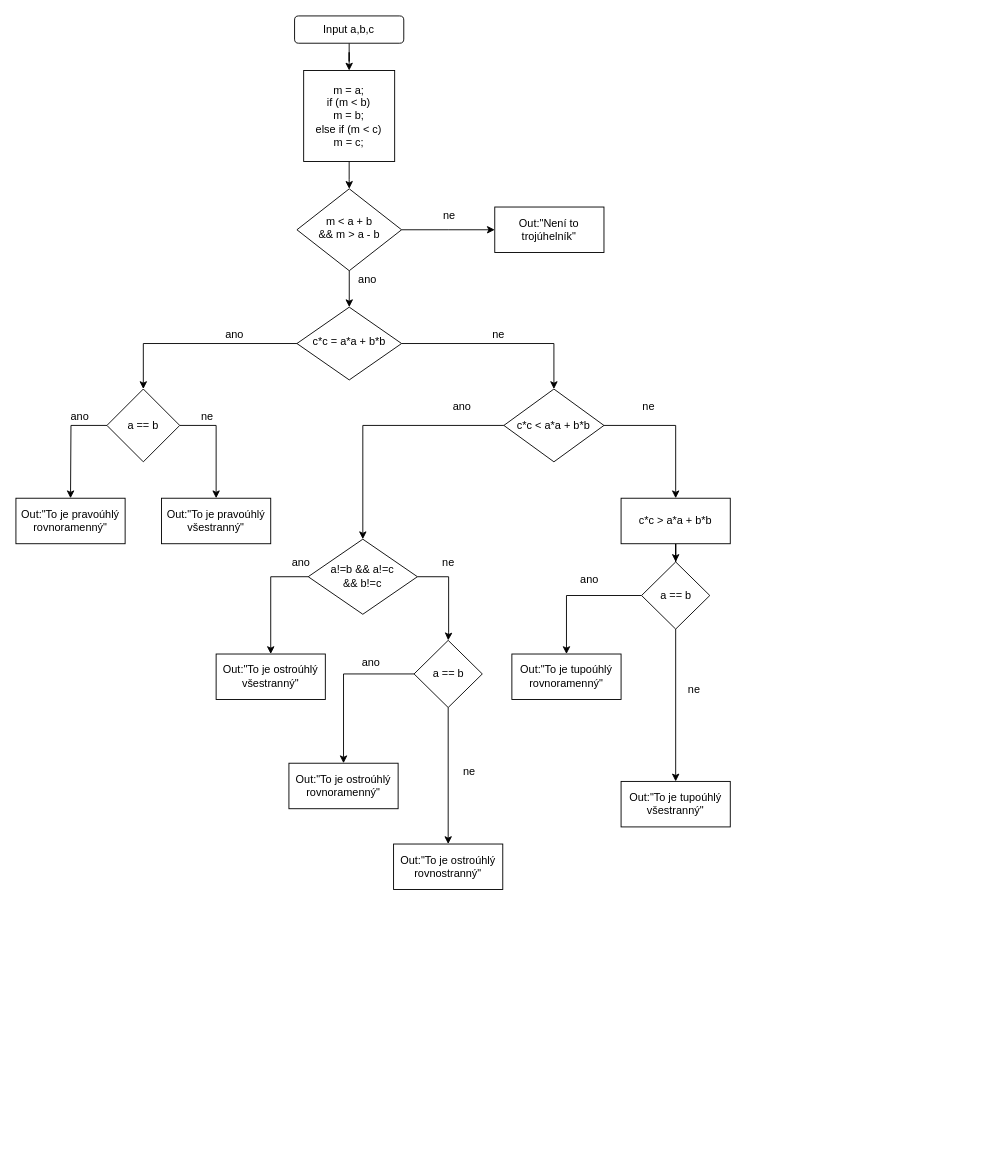
This is Untitled Diagram.drawio from NikitaEfimovTul/ne_du3, a draw.io file, before an edit. Source tidied: cells renumbered, new cells numbered last; positions are measured from the earlier drawing's top-left corner, leaving out a move shared by most shapes. Both pictures are drawn from the tidied source at 91%, with x=0, y=0 at pixel (15, 15).
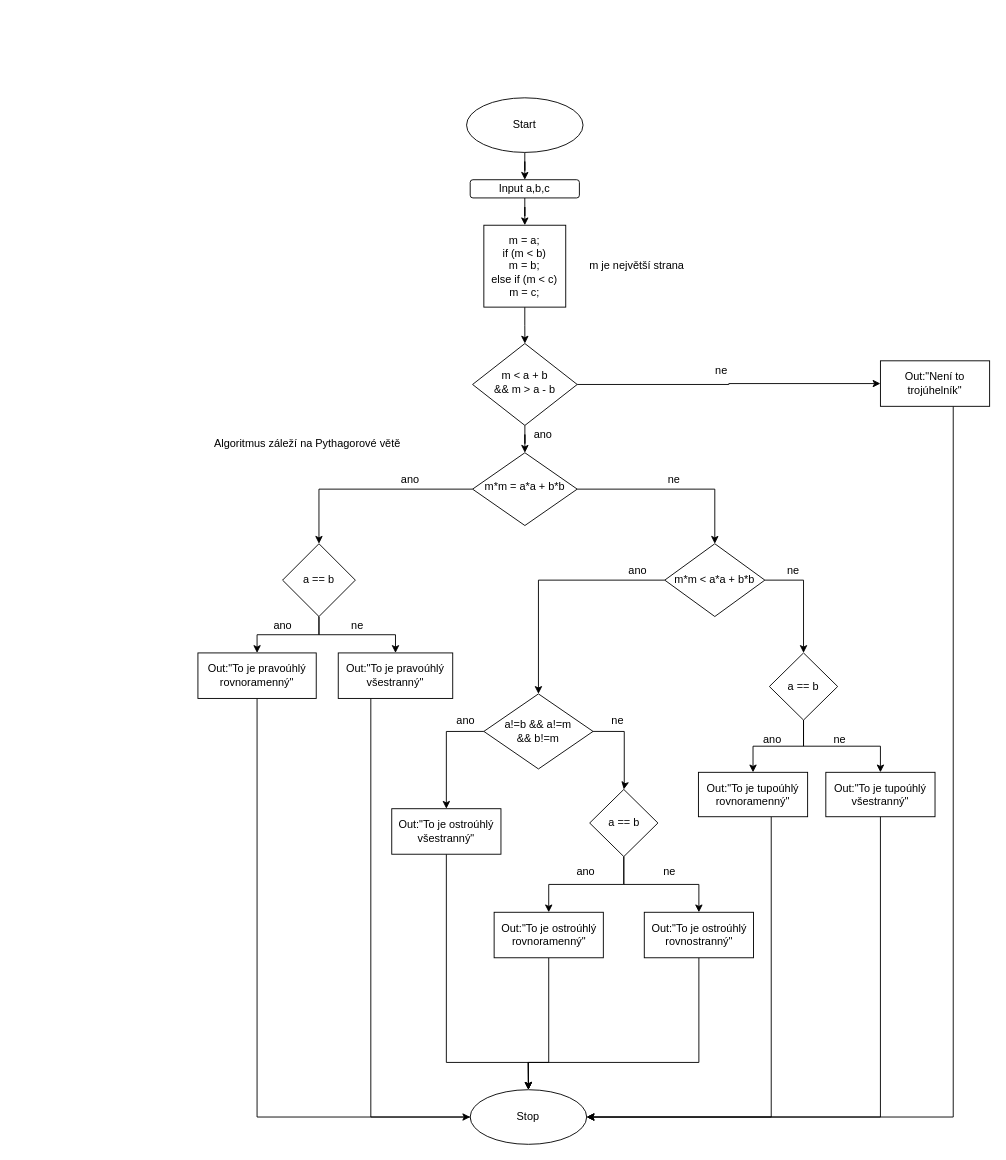
Above is the later version.

Diff of the diagram source:
```diff
@@
-<mxGraphModel>
+<mxGraphModel background="#FFFFFF">
@@
     <mxCell id="3" value="Input a,b,c" style="rounded=1;whiteSpace=wrap;html=1;fontSize=12;glass=0;strokeWidth=1;shadow=0;" parent="1" vertex="1">
-      <mxGeometry x="306.2" width="120" height="30" as="geometry" />
+      <mxGeometry x="499.2" y="180" width="120" height="20" as="geometry" />
     </mxCell>
-    <mxCell id="4" style="edgeStyle=orthogonalEdgeStyle;rounded=0;jettySize=auto;html=1;entryX=0;entryY=0.5;entryDx=0;entryDy=0;" parent="1" edge="1" source="6">
-      <mxGeometry relative="1" as="geometry">
-        <mxPoint x="526.2" y="235" as="targetPoint" />
-      </mxGeometry>
-    </mxCell>
@@
+    <mxCell id="51" style="edgeStyle=orthogonalEdgeStyle;rounded=0;jettySize=auto;html=1;entryX=0;entryY=0.5;entryDx=0;entryDy=0;" parent="1" edge="1" source="6" target="25">
+      <mxGeometry relative="1" as="geometry" />
+    </mxCell>
     <mxCell id="6" value="&lt;div&gt;m &amp;lt; a + b &lt;br&gt;&lt;/div&gt;&lt;div&gt;&amp;amp;&amp;amp; m &amp;gt; a - b&lt;/div&gt;" style="rhombus;whiteSpace=wrap;html=1;shadow=0;fontFamily=Helvetica;fontSize=12;align=center;strokeWidth=1;spacing=6;spacingTop=-4;" parent="1" vertex="1">
-      <mxGeometry x="308.8" y="190" width="115" height="90" as="geometry" />
+      <mxGeometry x="501.8" y="360" width="115" height="90" as="geometry" />
     </mxCell>
@@
     <mxCell id="8" value="&lt;div&gt;m = a;&lt;/div&gt;&lt;div&gt;if (m &amp;lt; b)&lt;/div&gt;&lt;div&gt; m = b;&lt;/div&gt;&lt;div&gt;else if (m &amp;lt; c)&lt;/div&gt;&lt;div&gt;m = c;&lt;br&gt;&lt;/div&gt;" style="whiteSpace=wrap;html=1;" parent="1" vertex="1">
-      <mxGeometry x="316.2" y="60" width="100" height="100" as="geometry" />
+      <mxGeometry x="514.2" y="230" width="90" height="90" as="geometry" />
     </mxCell>
     <mxCell id="9" value="ne" style="text;html=1;align=center;verticalAlign=middle;" parent="1" vertex="1">
-      <mxGeometry x="461.2" y="210" width="30" height="20" as="geometry" />
+      <mxGeometry x="760" y="380" width="30" height="20" as="geometry" />
     </mxCell>
@@
-    <mxCell id="12" value="c*c = a*a + b*b " style="rhombus;whiteSpace=wrap;html=1;shadow=0;fontFamily=Helvetica;fontSize=12;align=center;strokeWidth=1;spacing=6;spacingTop=-4;" parent="1" vertex="1">
-      <mxGeometry x="308.8" y="320" width="115" height="80" as="geometry" />
+    <mxCell id="12" value="m*m = a*a + b*b " style="rhombus;whiteSpace=wrap;html=1;shadow=0;fontFamily=Helvetica;fontSize=12;align=center;strokeWidth=1;spacing=6;spacingTop=-4;" parent="1" vertex="1">
+      <mxGeometry x="501.8" y="480" width="115" height="80" as="geometry" />
     </mxCell>
-    <mxCell id="13" style="edgeStyle=orthogonalEdgeStyle;rounded=0;jettySize=auto;html=1;exitX=0;exitY=0.5;exitDx=0;exitDy=0;entryX=0.5;entryY=0;entryDx=0;entryDy=0;" parent="1" edge="1" source="15">
-      <mxGeometry relative="1" as="geometry">
-        <mxPoint x="60" y="530" as="targetPoint" />
-      </mxGeometry>
-    </mxCell>
-    <mxCell id="14" style="edgeStyle=orthogonalEdgeStyle;rounded=0;jettySize=auto;html=1;exitX=1;exitY=0.5;exitDx=0;exitDy=0;" parent="1" edge="1" source="15" target="29">
+    <mxCell id="14" style="edgeStyle=orthogonalEdgeStyle;rounded=0;jettySize=auto;html=1;entryX=0.5;entryY=0;entryDx=0;entryDy=0;" parent="1" edge="1" source="15" target="29">
       <mxGeometry relative="1" as="geometry" />
     </mxCell>
+    <mxCell id="52" style="edgeStyle=orthogonalEdgeStyle;rounded=0;jettySize=auto;html=1;entryX=0.5;entryY=0;entryDx=0;entryDy=0;" parent="1" edge="1" source="15" target="28">
+      <mxGeometry relative="1" as="geometry" />
+    </mxCell>
     <mxCell id="15" value="a == b" style="rhombus;whiteSpace=wrap;html=1;" parent="1" vertex="1">
-      <mxGeometry x="100" y="410" width="80" height="80" as="geometry" />
+      <mxGeometry x="293" y="580" width="80" height="80" as="geometry" />
     </mxCell>
-    <mxCell id="16" style="edgeStyle=orthogonalEdgeStyle;rounded=0;jettySize=auto;html=1;" parent="1" edge="1" source="18" target="27">
-      <mxGeometry relative="1" as="geometry" />
-    </mxCell>
@@
+    <mxCell id="53" style="edgeStyle=orthogonalEdgeStyle;rounded=0;jettySize=auto;html=1;entryX=0.5;entryY=0;entryDx=0;entryDy=0;" parent="1" edge="1" source="18" target="46">
+      <mxGeometry relative="1" as="geometry" />
+    </mxCell>
-    <mxCell id="18" value="c*c &amp;lt; a*a + b*b" style="rhombus;whiteSpace=wrap;html=1;" parent="1" vertex="1">
-      <mxGeometry x="536.2" y="410" width="110" height="80" as="geometry" />
+    <mxCell id="18" value="m*m &amp;lt; a*a + b*b" style="rhombus;whiteSpace=wrap;html=1;" parent="1" vertex="1">
+      <mxGeometry x="713" y="580" width="110" height="80" as="geometry" />
     </mxCell>
@@
     <mxCell id="20" style="edgeStyle=orthogonalEdgeStyle;rounded=0;jettySize=auto;html=1;exitX=1;exitY=0.5;exitDx=0;exitDy=0;entryX=0.5;entryY=0;entryDx=0;entryDy=0;" parent="1" edge="1" source="21" target="24">
       <mxGeometry relative="1" as="geometry">
         <Array as="points">
-          <mxPoint x="475.5" y="616.2" />
-          <mxPoint x="475.5" y="677.2" />
+          <mxPoint x="668.5" y="786.2" />
+          <mxPoint x="668.5" y="847.2" />
         </Array>
       </mxGeometry>
     </mxCell>
-    <mxCell id="21" value="&lt;div&gt;a!=b &amp;amp;&amp;amp; a!=c&lt;/div&gt;&lt;div&gt;&amp;amp;&amp;amp; b!=c&lt;br&gt; &lt;/div&gt;" style="rhombus;whiteSpace=wrap;html=1;" parent="1" vertex="1">
-      <mxGeometry x="321.2" y="575" width="120" height="82.5" as="geometry" />
+    <mxCell id="21" value="&lt;div&gt;a!=b &amp;amp;&amp;amp; a!=m&lt;/div&gt;&lt;div&gt;&amp;amp;&amp;amp; b!=m&lt;br&gt; &lt;/div&gt;" style="rhombus;whiteSpace=wrap;html=1;" parent="1" vertex="1">
+      <mxGeometry x="514.2" y="745" width="120" height="82.5" as="geometry" />
     </mxCell>
+    <mxCell id="23" style="edgeStyle=orthogonalEdgeStyle;rounded=0;jettySize=auto;html=1;" parent="1" edge="1" source="24" target="38">
+      <mxGeometry relative="1" as="geometry" />
+    </mxCell>
@@
-    <mxCell id="23" style="edgeStyle=orthogonalEdgeStyle;rounded=0;jettySize=auto;html=1;" parent="1" edge="1" source="24" target="38">
-      <mxGeometry relative="1" as="geometry" />
-    </mxCell>
     <mxCell id="24" value="a == b" style="rhombus;whiteSpace=wrap;html=1;" parent="1" vertex="1">
-      <mxGeometry x="437.5" y="686.2" width="75" height="73.8" as="geometry" />
+      <mxGeometry x="630.5" y="850" width="75" height="73.8" as="geometry" />
     </mxCell>
+    <mxCell id="54" style="edgeStyle=orthogonalEdgeStyle;rounded=0;jettySize=auto;html=1;entryX=1;entryY=0.5;entryDx=0;entryDy=0;" parent="1" edge="1" source="25" target="66">
+      <mxGeometry relative="1" as="geometry">
+        <Array as="points">
+          <mxPoint x="1030" y="1210" />
+        </Array>
+      </mxGeometry>
+    </mxCell>
     <mxCell id="25" value="Out:&quot;Není to trojúhelník&quot;" style="rounded=0;whiteSpace=wrap;html=1;" parent="1" vertex="1">
-      <mxGeometry x="526.2" y="210" width="120" height="50" as="geometry" />
+      <mxGeometry x="950" y="379" width="120" height="50" as="geometry" />
     </mxCell>
-    <mxCell id="26" style="edgeStyle=orthogonalEdgeStyle;rounded=0;jettySize=auto;html=1;entryX=0.5;entryY=0;entryDx=0;entryDy=0;" parent="1" edge="1" source="27" target="46">
-      <mxGeometry relative="1" as="geometry" />
-    </mxCell>
-    <mxCell id="27" value="c*c &amp;gt; a*a + b*b" style="rounded=0;whiteSpace=wrap;html=1;" parent="1" vertex="1">
-      <mxGeometry x="665" y="530" width="120" height="50" as="geometry" />
-    </mxCell>
+    <mxCell id="55" style="edgeStyle=orthogonalEdgeStyle;rounded=0;jettySize=auto;html=1;entryX=-0.004;entryY=0.546;entryDx=0;entryDy=0;entryPerimeter=0;" parent="1" edge="1" source="28" target="66">
+      <mxGeometry relative="1" as="geometry">
+        <Array as="points">
+          <mxPoint x="265" y="1210" />
+          <mxPoint x="500" y="1210" />
+          <mxPoint x="500" y="1213" />
+        </Array>
+      </mxGeometry>
+    </mxCell>
     <mxCell id="28" value="&lt;div&gt;Out:&quot;To je pravoúhlý&lt;/div&gt;&lt;div&gt;rovnoramenný&quot;&lt;/div&gt;" style="rounded=0;whiteSpace=wrap;html=1;" parent="1" vertex="1">
-      <mxGeometry y="530" width="120" height="50" as="geometry" />
+      <mxGeometry x="200" y="700" width="130" height="50" as="geometry" />
     </mxCell>
+    <mxCell id="56" style="edgeStyle=orthogonalEdgeStyle;rounded=0;jettySize=auto;html=1;" parent="1" edge="1" source="29" target="66">
+      <mxGeometry relative="1" as="geometry">
+        <Array as="points">
+          <mxPoint x="390" y="1210" />
+        </Array>
+      </mxGeometry>
+    </mxCell>
     <mxCell id="29" value="Out:&quot;To je pravoúhlý všestranný&quot;" style="rounded=0;whiteSpace=wrap;html=1;" parent="1" vertex="1">
-      <mxGeometry x="160" y="530" width="120" height="50" as="geometry" />
+      <mxGeometry x="354.2" y="700" width="125.8" height="50" as="geometry" />
     </mxCell>
     <mxCell id="30" value="ano" style="text;html=1;align=center;verticalAlign=middle;" parent="1" vertex="1">
-      <mxGeometry x="50" y="430" width="40" height="20" as="geometry" />
+      <mxGeometry x="273" y="660" width="40" height="20" as="geometry" />
     </mxCell>
     <mxCell id="31" value="ne" style="text;html=1;align=center;verticalAlign=middle;" parent="1" vertex="1">
-      <mxGeometry x="195" y="430" width="30" height="20" as="geometry" />
+      <mxGeometry x="360" y="660" width="30" height="20" as="geometry" />
     </mxCell>
     <mxCell id="32" value="&lt;div&gt;ano&lt;/div&gt;" style="text;html=1;align=center;verticalAlign=middle;" parent="1" vertex="1">
-      <mxGeometry x="220" y="340" width="40" height="20" as="geometry" />
+      <mxGeometry x="413" y="500" width="40" height="20" as="geometry" />
     </mxCell>
     <mxCell id="33" value="ne" style="text;html=1;align=center;verticalAlign=middle;" parent="1" vertex="1">
-      <mxGeometry x="515" y="340" width="30" height="20" as="geometry" />
+      <mxGeometry x="708" y="500" width="30" height="20" as="geometry" />
     </mxCell>
     <mxCell id="34" value="ano" style="text;html=1;align=center;verticalAlign=middle;" parent="1" vertex="1">
-      <mxGeometry x="366.2" y="280" width="40" height="20" as="geometry" />
+      <mxGeometry x="559.2" y="450" width="40" height="20" as="geometry" />
     </mxCell>
+    <mxCell id="57" style="edgeStyle=orthogonalEdgeStyle;rounded=0;jettySize=auto;html=1;" parent="1" edge="1" source="35" target="66">
+      <mxGeometry relative="1" as="geometry">
+        <Array as="points">
+          <mxPoint x="473" y="1150" />
+          <mxPoint x="563" y="1150" />
+        </Array>
+      </mxGeometry>
+    </mxCell>
     <mxCell id="35" value="Out:&quot;To je ostroúhlý všestranný&quot;" style="rounded=0;whiteSpace=wrap;html=1;" parent="1" vertex="1">
-      <mxGeometry x="220" y="701.2" width="120" height="50" as="geometry" />
+      <mxGeometry x="413" y="871.2" width="120" height="50" as="geometry" />
     </mxCell>
+    <mxCell id="58" style="edgeStyle=orthogonalEdgeStyle;rounded=0;jettySize=auto;html=1;" parent="1" edge="1" source="36" target="66">
+      <mxGeometry relative="1" as="geometry">
+        <Array as="points">
+          <mxPoint x="586" y="1150" />
+          <mxPoint x="563" y="1150" />
+        </Array>
+      </mxGeometry>
+    </mxCell>
     <mxCell id="36" value="&lt;div&gt;Out:&quot;To je ostroúhlý&lt;/div&gt;&lt;div&gt;rovnoramenný&quot;&lt;/div&gt;" style="rounded=0;whiteSpace=wrap;html=1;" parent="1" vertex="1">
-      <mxGeometry x="300" y="821.2" width="120" height="50" as="geometry" />
+      <mxGeometry x="525.5" y="985" width="120" height="50" as="geometry" />
     </mxCell>
     <mxCell id="37" value="&lt;div&gt;ano&lt;/div&gt;" style="text;html=1;align=center;verticalAlign=middle;" parent="1" vertex="1">
-      <mxGeometry x="370" y="701.2" width="40" height="20" as="geometry" />
+      <mxGeometry x="605.5" y="930" width="40" height="20" as="geometry" />
     </mxCell>
+    <mxCell id="59" style="edgeStyle=orthogonalEdgeStyle;rounded=0;jettySize=auto;html=1;" parent="1" edge="1" source="38" target="66">
+      <mxGeometry relative="1" as="geometry">
+        <Array as="points">
+          <mxPoint x="751" y="1150" />
+          <mxPoint x="563" y="1150" />
+        </Array>
+      </mxGeometry>
+    </mxCell>
     <mxCell id="38" value="&lt;div&gt;Out:&quot;To je ostroúhlý&lt;/div&gt;&lt;div&gt;rovnostranný&quot;&lt;/div&gt;" style="rounded=0;whiteSpace=wrap;html=1;" parent="1" vertex="1">
-      <mxGeometry x="415" y="910" width="120" height="50" as="geometry" />
+      <mxGeometry x="690.5" y="985" width="120" height="50" as="geometry" />
     </mxCell>
     <mxCell id="39" value="ne" style="text;html=1;align=center;verticalAlign=middle;" parent="1" vertex="1">
-      <mxGeometry x="482.5" y="821.2" width="30" height="20" as="geometry" />
+      <mxGeometry x="703" y="930" width="30" height="20" as="geometry" />
     </mxCell>
     <mxCell id="40" value="&lt;div&gt;ano&lt;/div&gt;" style="text;html=1;align=center;verticalAlign=middle;" parent="1" vertex="1">
-      <mxGeometry x="292.5" y="591.2" width="40" height="20" as="geometry" />
+      <mxGeometry x="474.2" y="765" width="40" height="20" as="geometry" />
     </mxCell>
     <mxCell id="41" value="&lt;div&gt;ne&lt;/div&gt;" style="text;html=1;align=center;verticalAlign=middle;" parent="1" vertex="1">
-      <mxGeometry x="460" y="591.2" width="30" height="20" as="geometry" />
+      <mxGeometry x="645.5" y="765" width="30" height="20" as="geometry" />
     </mxCell>
     <mxCell id="42" value="ano" style="text;html=1;align=center;verticalAlign=middle;" parent="1" vertex="1">
-      <mxGeometry x="470" y="420" width="40" height="20" as="geometry" />
+      <mxGeometry x="663" y="600" width="40" height="20" as="geometry" />
     </mxCell>
     <mxCell id="43" value="ne" style="text;html=1;align=center;verticalAlign=middle;" parent="1" vertex="1">
-      <mxGeometry x="680" y="420" width="30" height="20" as="geometry" />
+      <mxGeometry x="839.2" y="600" width="30" height="20" as="geometry" />
     </mxCell>
+    <mxCell id="45" style="edgeStyle=orthogonalEdgeStyle;rounded=0;jettySize=auto;html=1;" parent="1" edge="1" source="46" target="49">
+      <mxGeometry relative="1" as="geometry" />
+    </mxCell>
@@
-    <mxCell id="45" style="edgeStyle=orthogonalEdgeStyle;rounded=0;jettySize=auto;html=1;" parent="1" edge="1" source="46" target="49">
-      <mxGeometry relative="1" as="geometry" />
-    </mxCell>
     <mxCell id="46" value="a == b" style="rhombus;whiteSpace=wrap;html=1;" parent="1" vertex="1">
-      <mxGeometry x="687.5" y="600" width="75" height="73.8" as="geometry" />
+      <mxGeometry x="828" y="700" width="75" height="73.8" as="geometry" />
     </mxCell>
+    <mxCell id="60" style="edgeStyle=orthogonalEdgeStyle;rounded=0;jettySize=auto;html=1;entryX=1;entryY=0.5;entryDx=0;entryDy=0;" parent="1" edge="1" source="47" target="66">
+      <mxGeometry relative="1" as="geometry">
+        <Array as="points">
+          <mxPoint x="830" y="1210" />
+        </Array>
+      </mxGeometry>
+    </mxCell>
     <mxCell id="47" value="&lt;div&gt;Out:&quot;To je tupoúhlý&lt;/div&gt;&lt;div&gt;rovnoramenný&quot;&lt;/div&gt;" style="rounded=0;whiteSpace=wrap;html=1;" parent="1" vertex="1">
-      <mxGeometry x="545" y="701.2" width="120" height="50" as="geometry" />
+      <mxGeometry x="750" y="831.2" width="120" height="48.8" as="geometry" />
     </mxCell>
     <mxCell id="48" value="ano" style="text;html=1;align=center;verticalAlign=middle;" parent="1" vertex="1">
-      <mxGeometry x="610" y="610" width="40" height="20" as="geometry" />
+      <mxGeometry x="810.5" y="785" width="40" height="20" as="geometry" />
     </mxCell>
+    <mxCell id="61" style="edgeStyle=orthogonalEdgeStyle;rounded=0;jettySize=auto;html=1;entryX=1;entryY=0.5;entryDx=0;entryDy=0;" parent="1" edge="1" source="49" target="66">
+      <mxGeometry relative="1" as="geometry">
+        <Array as="points">
+          <mxPoint x="950" y="1210" />
+        </Array>
+      </mxGeometry>
+    </mxCell>
     <mxCell id="49" value="Out:&quot;To je tupoúhlý všestranný&quot;" style="rounded=0;whiteSpace=wrap;html=1;" parent="1" vertex="1">
-      <mxGeometry x="665" y="841.2" width="120" height="50" as="geometry" />
+      <mxGeometry x="890" y="831.2" width="120" height="48.8" as="geometry" />
     </mxCell>
     <mxCell id="50" value="ne" style="text;html=1;align=center;verticalAlign=middle;" parent="1" vertex="1">
-      <mxGeometry x="730" y="731.2" width="30" height="20" as="geometry" />
+      <mxGeometry x="890" y="785" width="30" height="20" as="geometry" />
     </mxCell>
+    <mxCell id="62" value="m je největší strana" style="text;html=1;align=center;verticalAlign=middle;" parent="1" vertex="1">
+      <mxGeometry x="616.8" y="265" width="130" height="20" as="geometry" />
+    </mxCell>
+    <mxCell id="63" value="Algoritmus záleží na Pythagorové větě" style="text;html=1;align=center;verticalAlign=middle;" parent="1" vertex="1">
+      <mxGeometry x="200" y="460" width="240" height="20" as="geometry" />
+    </mxCell>
+    <mxCell id="64" style="edgeStyle=orthogonalEdgeStyle;rounded=0;jettySize=auto;html=1;entryX=0.5;entryY=0;entryDx=0;entryDy=0;" parent="1" edge="1" source="65" target="3">
+      <mxGeometry relative="1" as="geometry" />
+    </mxCell>
+    <mxCell id="65" value="Start" style="ellipse;whiteSpace=wrap;html=1;" parent="1" vertex="1">
+      <mxGeometry x="495.2" y="90" width="128" height="60" as="geometry" />
+    </mxCell>
+    <mxCell id="66" value="Stop" style="ellipse;whiteSpace=wrap;html=1;" parent="1" vertex="1">
+      <mxGeometry x="499.2" y="1180" width="128" height="60" as="geometry" />
+    </mxCell>
```
